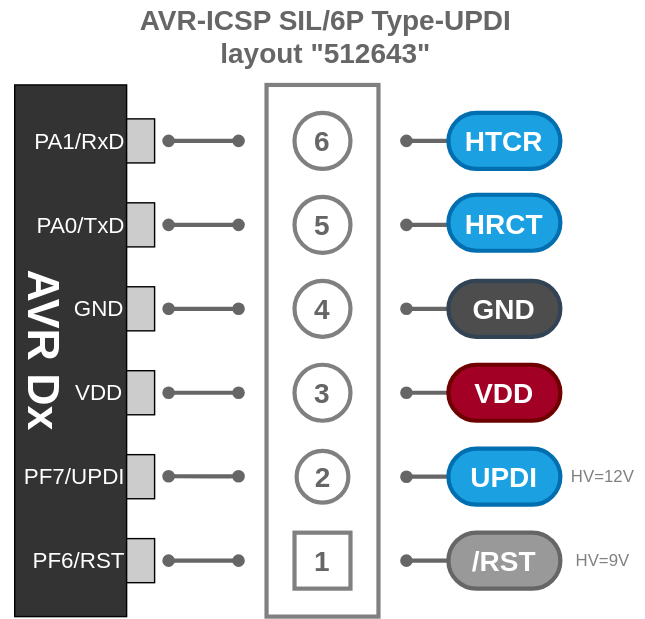
This is svg/AVR-ICSP-S6P-UPDI-512643.drawio.svg from askn37/askn37.github.io, a draw.io export, as it was before one commit. Source tidied: cells renumbered, new cells last; positions are measured from the earlier drawing's top-left corner, leaving out a move shared by most shapes.
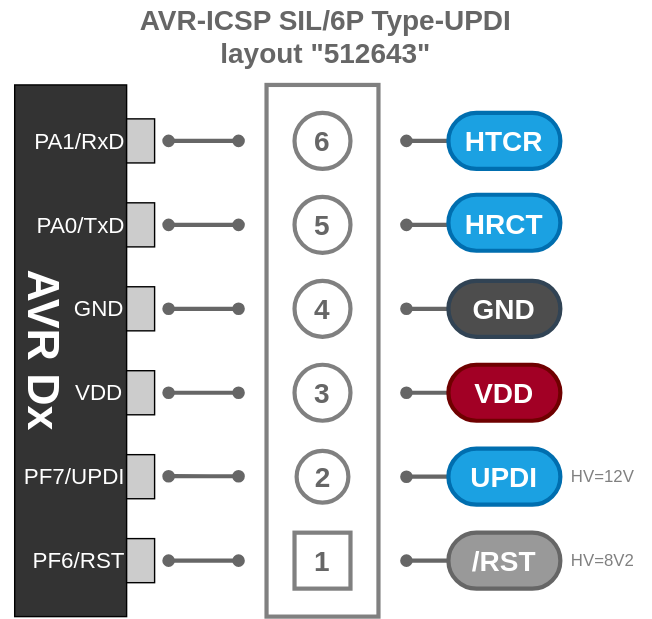
Above is the later version.

What changed in the source:
```diff
@@ -143,8 +143,8 @@
     <mxCell id="33" value="HRCT" style="rounded=1;whiteSpace=wrap;html=1;fontSize=20;strokeWidth=3;fontStyle=1;fillColor=#1ba1e2;strokeColor=#006EAF;fontColor=#ffffff;arcSize=50;" parent="1" vertex="1">
       <mxGeometry x="460" y="138.5" width="80" height="40" as="geometry" />
     </mxCell>
-    <mxCell id="34" value="HV=9V" style="text;html=1;align=center;verticalAlign=middle;strokeColor=none;fillColor=none;fontColor=#808080;" parent="1" vertex="1">
-      <mxGeometry x="545" y="390" width="50" height="20" as="geometry" />
+    <mxCell id="34" value="HV=8V2" style="text;html=1;align=center;verticalAlign=middle;strokeColor=none;fillColor=none;fontColor=#808080;" parent="1" vertex="1">
+      <mxGeometry x="535" y="385" width="70" height="30" as="geometry" />
     </mxCell>
     <mxCell id="35" style="edgeStyle=orthogonalEdgeStyle;html=1;fontSize=32;fontColor=#FFFFFF;startArrow=oval;startFill=1;endArrow=oval;endFill=1;strokeWidth=3;strokeColor=#666666;" parent="1" edge="1">
       <mxGeometry relative="1" as="geometry">
```
